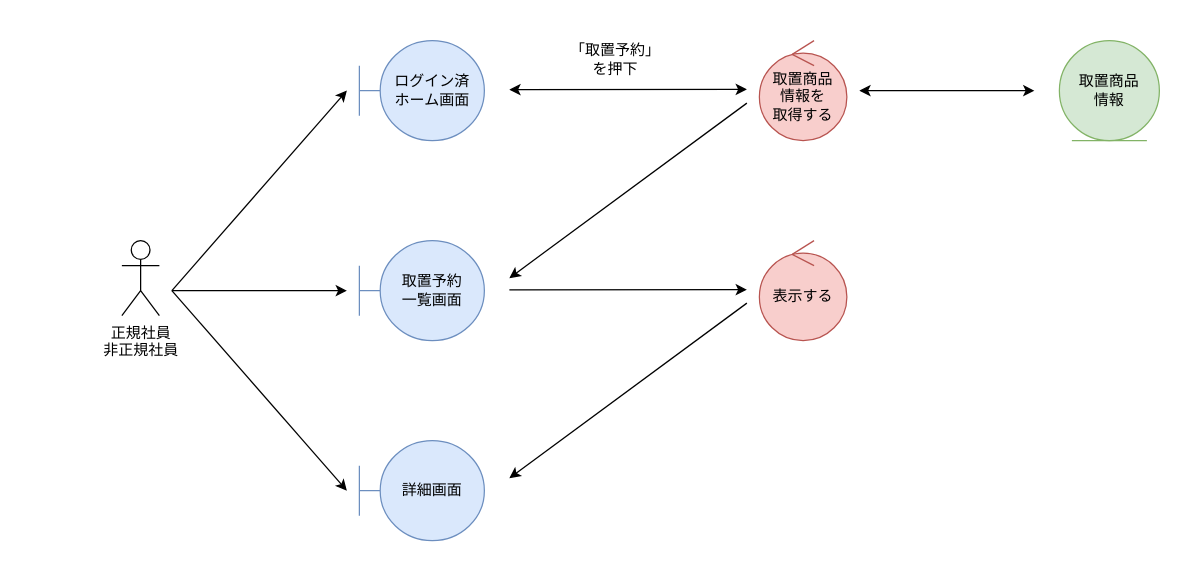
Earlier version of the draw.io diagram page "*取置予約管理_参照" (2 of 4) of 各種設計書/3ロバストネス図/商品情報管理/3.取置予約管理.drawio (HaruShim/Sotuken). Source tidied: cells renumbered, new cells numbered last; positions are measured from the earlier drawing's top-left corner, leaving out a move shared by most shapes. Both pictures are drawn from the tidied source at 125%, with x=0, y=0 at pixel (121, 40).
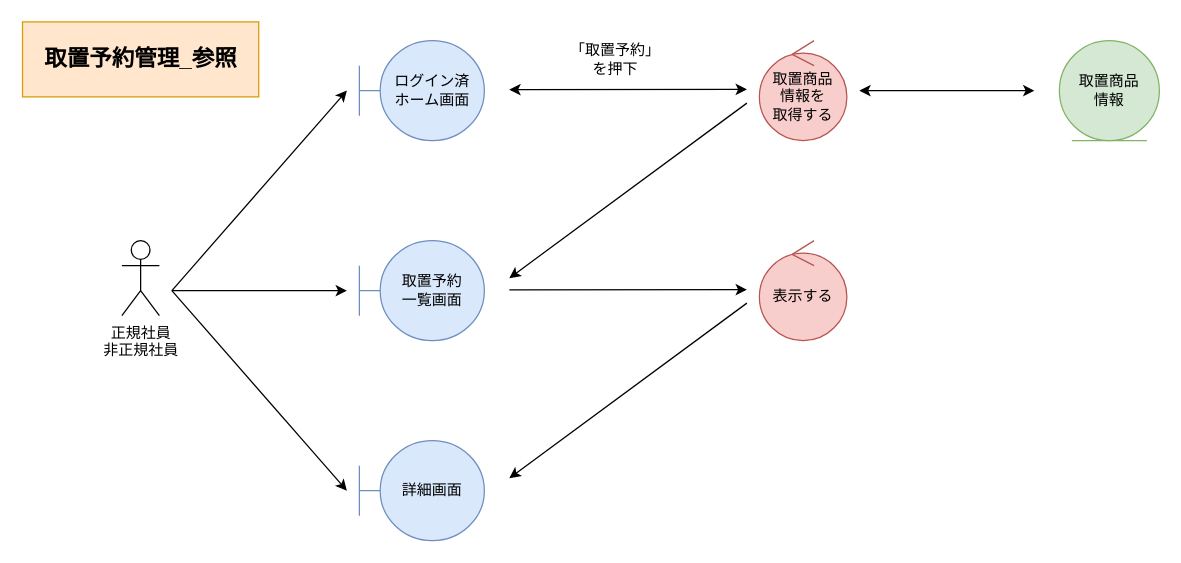
The same diagram, later.

What changed in the source:
```diff
@@
+    <mxCell id="18" value="取置予約管理_参照" style="rounded=0;whiteSpace=wrap;html=1;fillColor=#ffe6cc;strokeColor=#d79b00;fontStyle=1;fontSize=18;" parent="1" vertex="1">
+      <mxGeometry x="-79.5" y="-15" width="189" height="60" as="geometry" />
+    </mxCell>
```
